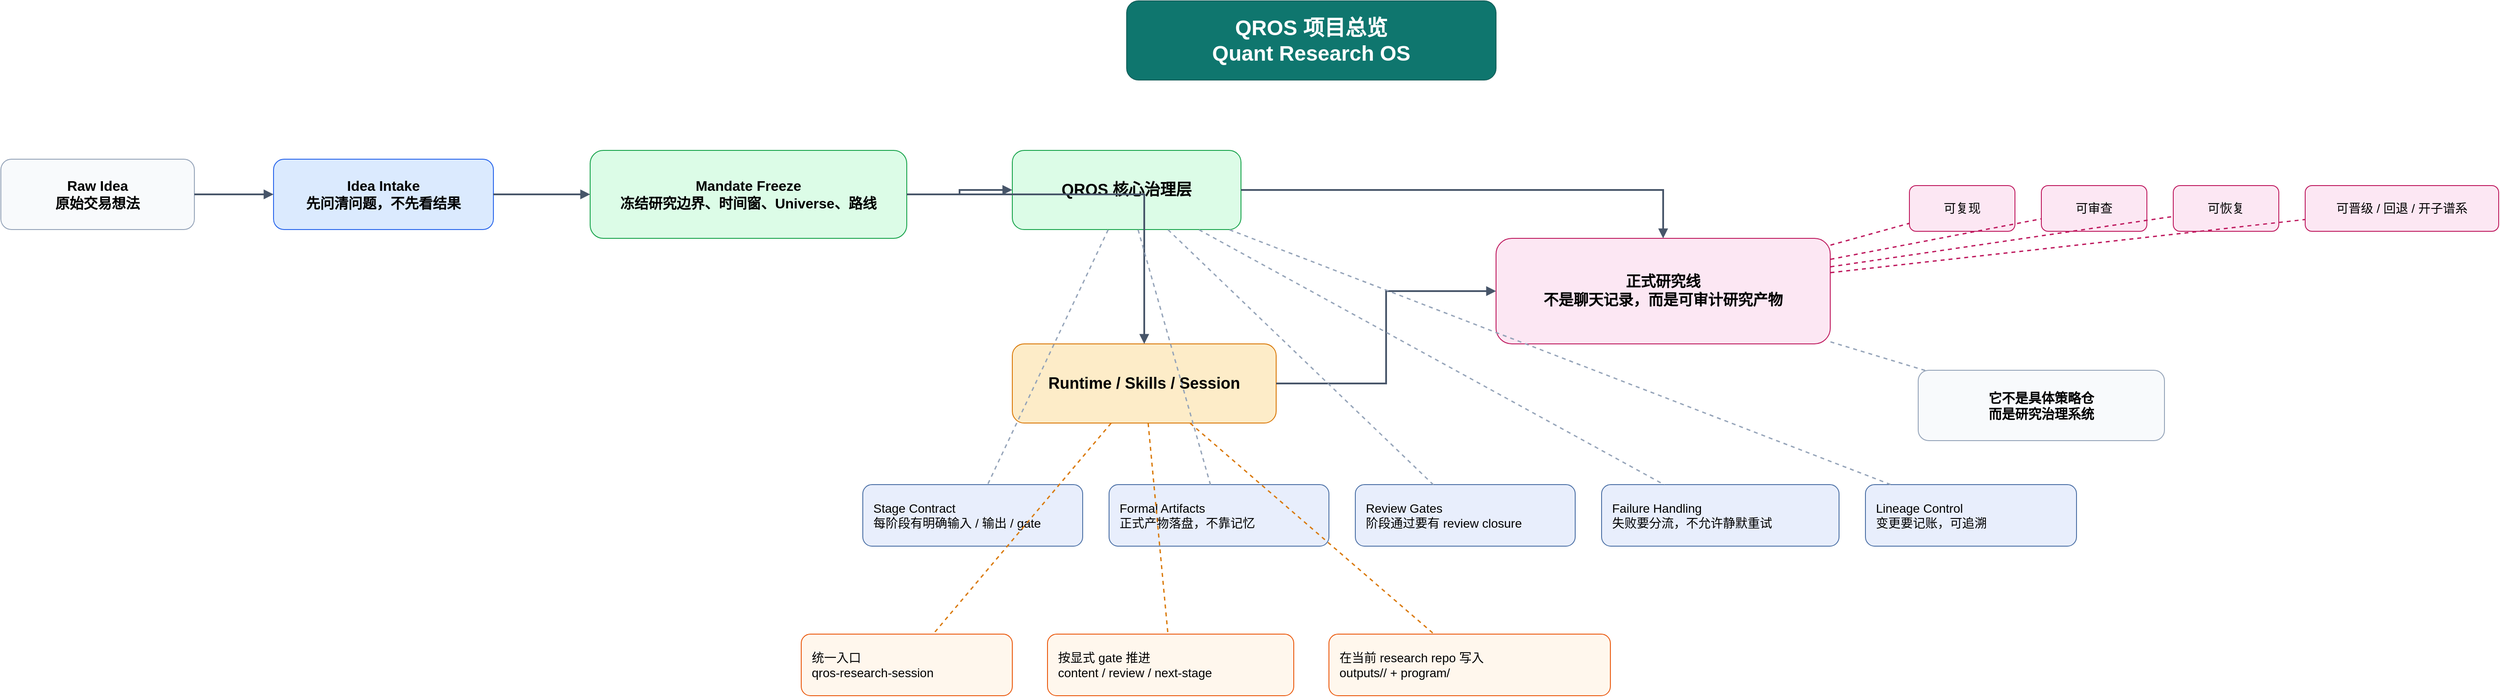
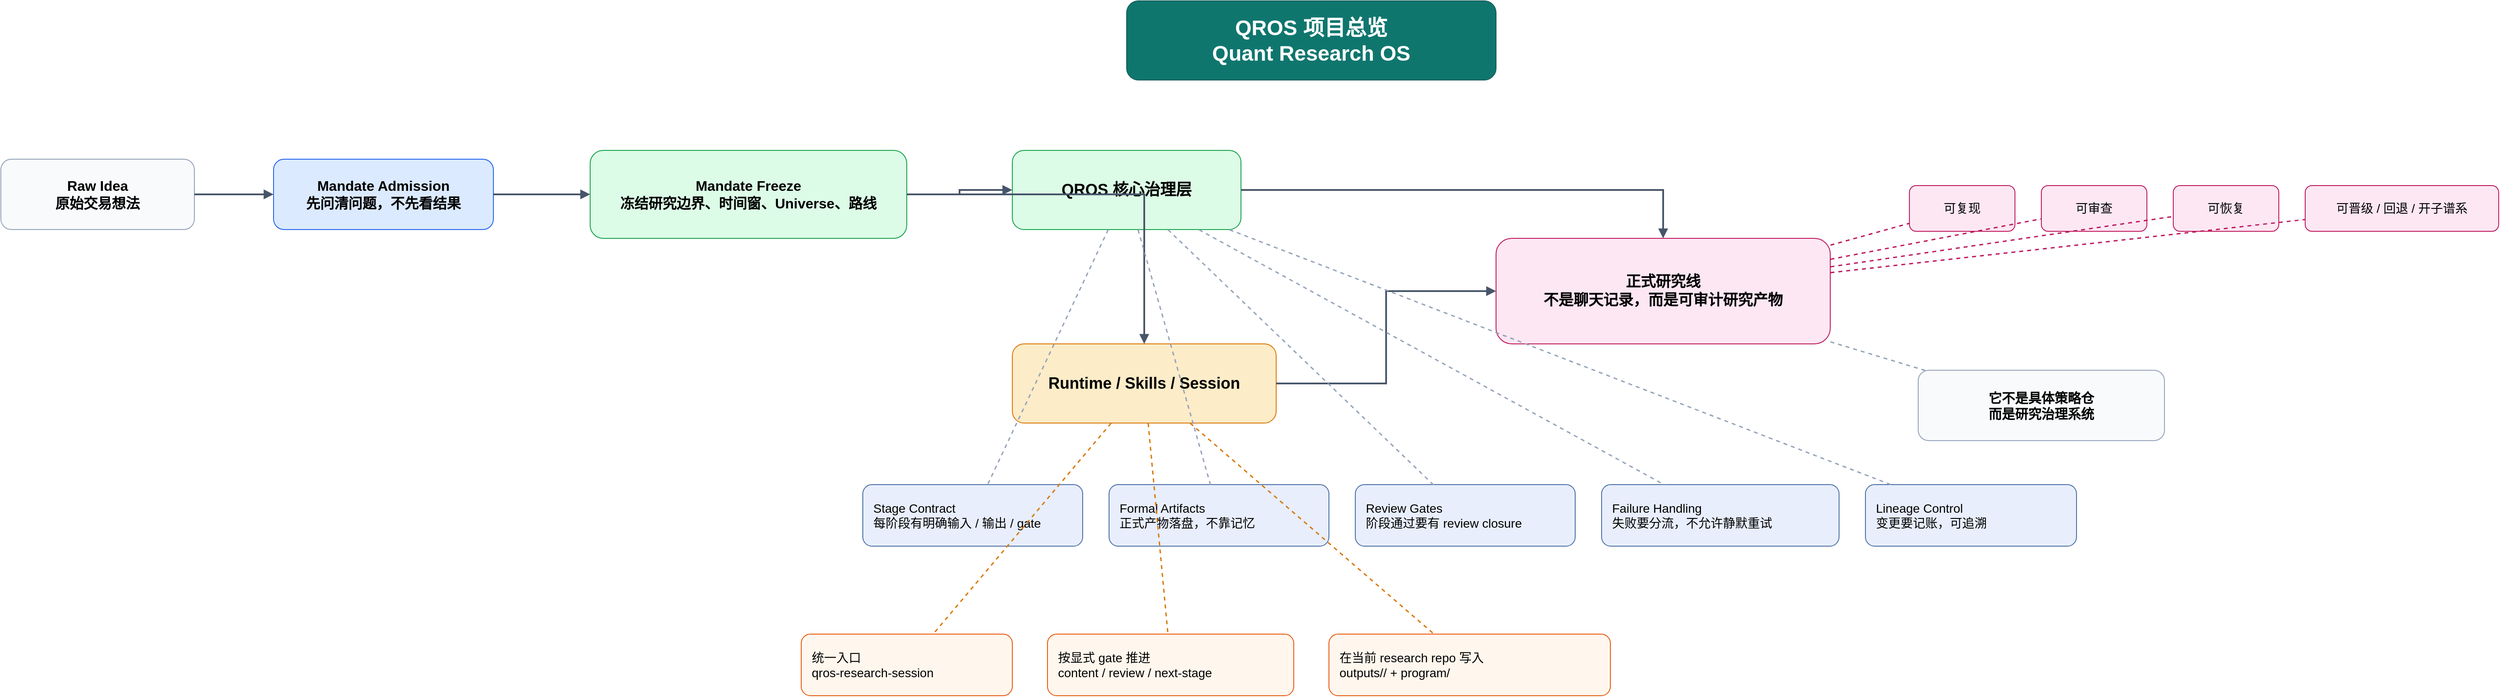
<mxfile host="65bd71144e">
    <diagram id="qros-overview" name="Overview">
        <mxGraphModel grid="1" page="1" gridSize="10" guides="1" tooltips="1" connect="1" arrows="1" fold="1" pageScale="1" pageWidth="3400" pageHeight="1800" math="0" post_holdout_observation="0">
            <root>
                <mxCell id="0"/>
                <mxCell id="1" parent="0"/>
                <mxCell id="2" value="QROS 项目总览&#xa;Quant Research OS" style="rounded=1;whiteSpace=wrap;html=1;fillColor=#0F766E;fontColor=#FFFFFF;strokeColor=#115E59;fontStyle=1;fontSize=24;" parent="1" vertex="1">
                    <mxGeometry x="1400" y="40" width="420" height="90" as="geometry"/>
                </mxCell>
                <mxCell id="3" value="Raw Idea&#xa;原始交易想法" style="rounded=1;whiteSpace=wrap;html=1;fillColor=#F8FAFC;strokeColor=#94A3B8;fontSize=16;fontStyle=1;" parent="1" vertex="1">
                    <mxGeometry x="120" y="220" width="220" height="80" as="geometry"/>
                </mxCell>
-                 <mxCell id="4" value="Idea Intake&#xa;先问清问题，不先看结果" style="rounded=1;whiteSpace=wrap;html=1;fillColor=#DBEAFE;strokeColor=#2563EB;fontSize=16;fontStyle=1;" parent="1" vertex="1">
+                 <mxCell id="4" value="Mandate Admission&#xa;先问清问题，不先看结果" style="rounded=1;whiteSpace=wrap;html=1;fillColor=#DBEAFE;strokeColor=#2563EB;fontSize=16;fontStyle=1;" parent="1" vertex="1">
                    <mxGeometry x="430" y="220" width="250" height="80" as="geometry"/>
                </mxCell>
                <mxCell id="5" value="Mandate Freeze&#xa;冻结研究边界、时间窗、Universe、路线" style="rounded=1;whiteSpace=wrap;html=1;fillColor=#DCFCE7;strokeColor=#16A34A;fontSize=16;fontStyle=1;" parent="1" vertex="1">
                    <mxGeometry x="790" y="210" width="360" height="100" as="geometry"/>
                </mxCell>
                <mxCell id="6" value="QROS 核心治理层" style="rounded=1;whiteSpace=wrap;html=1;fillColor=#DCFCE7;strokeColor=#16A34A;fontSize=18;fontStyle=1;" parent="1" vertex="1">
                    <mxGeometry x="1270" y="210" width="260" height="90" as="geometry"/>
                </mxCell>
                <mxCell id="7" value="Runtime / Skills / Session" style="rounded=1;whiteSpace=wrap;html=1;fillColor=#FDECC8;strokeColor=#D97706;fontSize=18;fontStyle=1;" parent="1" vertex="1">
                    <mxGeometry x="1270" y="430" width="300" height="90" as="geometry"/>
                </mxCell>
                <mxCell id="8" value="正式研究线&#xa;不是聊天记录，而是可审计研究产物" style="rounded=1;whiteSpace=wrap;html=1;fillColor=#FCE7F3;strokeColor=#BE185D;fontSize=17;fontStyle=1;" parent="1" vertex="1">
                    <mxGeometry x="1820" y="310" width="380" height="120" as="geometry"/>
                </mxCell>
                <mxCell id="9" value="Stage Contract&#xa;每阶段有明确输入 / 输出 / gate" style="rounded=1;whiteSpace=wrap;html=1;fillColor=#E8EEFC;strokeColor=#4A6FA5;fontSize=14;align=left;spacingLeft=10;" parent="1" vertex="1">
                    <mxGeometry x="1100" y="590" width="250" height="70" as="geometry"/>
                </mxCell>
                <mxCell id="10" value="Formal Artifacts&#xa;正式产物落盘，不靠记忆" style="rounded=1;whiteSpace=wrap;html=1;fillColor=#E8EEFC;strokeColor=#4A6FA5;fontSize=14;align=left;spacingLeft=10;" parent="1" vertex="1">
                    <mxGeometry x="1380" y="590" width="250" height="70" as="geometry"/>
                </mxCell>
                <mxCell id="11" value="Review Gates&#xa;阶段通过要有 review closure" style="rounded=1;whiteSpace=wrap;html=1;fillColor=#E8EEFC;strokeColor=#4A6FA5;fontSize=14;align=left;spacingLeft=10;" parent="1" vertex="1">
                    <mxGeometry x="1660" y="590" width="250" height="70" as="geometry"/>
                </mxCell>
                <mxCell id="12" value="Failure Handling&#xa;失败要分流，不允许静默重试" style="rounded=1;whiteSpace=wrap;html=1;fillColor=#E8EEFC;strokeColor=#4A6FA5;fontSize=14;align=left;spacingLeft=10;" parent="1" vertex="1">
                    <mxGeometry x="1940" y="590" width="270" height="70" as="geometry"/>
                </mxCell>
                <mxCell id="13" value="Lineage Control&#xa;变更要记账，可追溯" style="rounded=1;whiteSpace=wrap;html=1;fillColor=#E8EEFC;strokeColor=#4A6FA5;fontSize=14;align=left;spacingLeft=10;" parent="1" vertex="1">
                    <mxGeometry x="2240" y="590" width="240" height="70" as="geometry"/>
                </mxCell>
                <mxCell id="14" value="统一入口&#xa;qros-research-session" style="rounded=1;whiteSpace=wrap;html=1;fillColor=#FFF7ED;strokeColor=#EA580C;fontSize=14;align=left;spacingLeft=10;" parent="1" vertex="1">
                    <mxGeometry x="1030" y="760" width="240" height="70" as="geometry"/>
                </mxCell>
                <mxCell id="15" value="按显式 gate 推进&#xa;content / review / next-stage" style="rounded=1;whiteSpace=wrap;html=1;fillColor=#FFF7ED;strokeColor=#EA580C;fontSize=14;align=left;spacingLeft=10;" parent="1" vertex="1">
                    <mxGeometry x="1310" y="760" width="280" height="70" as="geometry"/>
                </mxCell>
                <mxCell id="16" value="在当前 research repo 写入&#xa;outputs/&lt;lineage_id&gt;/ + program/" style="rounded=1;whiteSpace=wrap;html=1;fillColor=#FFF7ED;strokeColor=#EA580C;fontSize=14;align=left;spacingLeft=10;" parent="1" vertex="1">
                    <mxGeometry x="1630" y="760" width="320" height="70" as="geometry"/>
                </mxCell>
                <mxCell id="17" value="可复现" style="rounded=1;whiteSpace=wrap;html=1;fillColor=#FCE7F3;strokeColor=#BE185D;fontSize=14;" parent="1" vertex="1">
                    <mxGeometry x="2290" y="250" width="120" height="52" as="geometry"/>
                </mxCell>
                <mxCell id="18" value="可审查" style="rounded=1;whiteSpace=wrap;html=1;fillColor=#FCE7F3;strokeColor=#BE185D;fontSize=14;" parent="1" vertex="1">
                    <mxGeometry x="2440" y="250" width="120" height="52" as="geometry"/>
                </mxCell>
                <mxCell id="19" value="可恢复" style="rounded=1;whiteSpace=wrap;html=1;fillColor=#FCE7F3;strokeColor=#BE185D;fontSize=14;" parent="1" vertex="1">
                    <mxGeometry x="2590" y="250" width="120" height="52" as="geometry"/>
                </mxCell>
                <mxCell id="20" value="可晋级 / 回退 / 开子谱系" style="rounded=1;whiteSpace=wrap;html=1;fillColor=#FCE7F3;strokeColor=#BE185D;fontSize=14;" parent="1" vertex="1">
                    <mxGeometry x="2740" y="250" width="220" height="52" as="geometry"/>
                </mxCell>
                <mxCell id="21" value="它不是具体策略仓&#xa;而是研究治理系统" style="rounded=1;whiteSpace=wrap;html=1;fillColor=#F8FAFC;strokeColor=#94A3B8;fontSize=15;fontStyle=1;" parent="1" vertex="1">
                    <mxGeometry x="2300" y="460" width="280" height="80" as="geometry"/>
                </mxCell>
                <mxCell id="22" style="edgeStyle=orthogonalEdgeStyle;rounded=0;orthogonalLoop=1;jettySize=auto;html=1;strokeWidth=2;endArrow=block;endFill=1;strokeColor=#475569;" parent="1" source="3" target="4" edge="1">
                    <mxGeometry relative="1" as="geometry"/>
                </mxCell>
                <mxCell id="23" style="edgeStyle=orthogonalEdgeStyle;rounded=0;orthogonalLoop=1;jettySize=auto;html=1;strokeWidth=2;endArrow=block;endFill=1;strokeColor=#475569;" parent="1" source="4" target="5" edge="1">
                    <mxGeometry relative="1" as="geometry"/>
                </mxCell>
                <mxCell id="24" style="edgeStyle=orthogonalEdgeStyle;rounded=0;orthogonalLoop=1;jettySize=auto;html=1;strokeWidth=2;endArrow=block;endFill=1;strokeColor=#475569;" parent="1" source="5" target="6" edge="1">
                    <mxGeometry relative="1" as="geometry"/>
                </mxCell>
                <mxCell id="25" style="edgeStyle=orthogonalEdgeStyle;rounded=0;orthogonalLoop=1;jettySize=auto;html=1;strokeWidth=2;endArrow=block;endFill=1;strokeColor=#475569;" parent="1" source="5" target="7" edge="1">
                    <mxGeometry relative="1" as="geometry"/>
                </mxCell>
                <mxCell id="26" style="edgeStyle=orthogonalEdgeStyle;rounded=0;orthogonalLoop=1;jettySize=auto;html=1;strokeWidth=2;endArrow=block;endFill=1;strokeColor=#475569;" parent="1" source="6" target="8" edge="1">
                    <mxGeometry relative="1" as="geometry"/>
                </mxCell>
                <mxCell id="27" style="edgeStyle=orthogonalEdgeStyle;rounded=0;orthogonalLoop=1;jettySize=auto;html=1;strokeWidth=2;endArrow=block;endFill=1;strokeColor=#475569;" parent="1" source="7" target="8" edge="1">
                    <mxGeometry relative="1" as="geometry"/>
                </mxCell>
                <mxCell id="28" style="dashed=1;html=1;strokeWidth=1.5;endArrow=none;strokeColor=#94A3B8;" parent="1" source="6" target="9" edge="1">
                    <mxGeometry relative="1" as="geometry"/>
                </mxCell>
                <mxCell id="29" style="dashed=1;html=1;strokeWidth=1.5;endArrow=none;strokeColor=#94A3B8;" parent="1" source="6" target="10" edge="1">
                    <mxGeometry relative="1" as="geometry"/>
                </mxCell>
                <mxCell id="30" style="dashed=1;html=1;strokeWidth=1.5;endArrow=none;strokeColor=#94A3B8;" parent="1" source="6" target="11" edge="1">
                    <mxGeometry relative="1" as="geometry"/>
                </mxCell>
                <mxCell id="31" style="dashed=1;html=1;strokeWidth=1.5;endArrow=none;strokeColor=#94A3B8;" parent="1" source="6" target="12" edge="1">
                    <mxGeometry relative="1" as="geometry"/>
                </mxCell>
                <mxCell id="32" style="dashed=1;html=1;strokeWidth=1.5;endArrow=none;strokeColor=#94A3B8;" parent="1" source="6" target="13" edge="1">
                    <mxGeometry relative="1" as="geometry"/>
                </mxCell>
                <mxCell id="33" style="dashed=1;html=1;strokeWidth=1.5;endArrow=none;strokeColor=#D97706;" parent="1" source="7" target="14" edge="1">
                    <mxGeometry relative="1" as="geometry"/>
                </mxCell>
                <mxCell id="34" style="dashed=1;html=1;strokeWidth=1.5;endArrow=none;strokeColor=#D97706;" parent="1" source="7" target="15" edge="1">
                    <mxGeometry relative="1" as="geometry"/>
                </mxCell>
                <mxCell id="35" style="dashed=1;html=1;strokeWidth=1.5;endArrow=none;strokeColor=#D97706;" parent="1" source="7" target="16" edge="1">
                    <mxGeometry relative="1" as="geometry"/>
                </mxCell>
                <mxCell id="36" style="dashed=1;html=1;strokeWidth=1.5;endArrow=none;strokeColor=#BE185D;" parent="1" source="8" target="17" edge="1">
                    <mxGeometry relative="1" as="geometry"/>
                </mxCell>
                <mxCell id="37" style="dashed=1;html=1;strokeWidth=1.5;endArrow=none;strokeColor=#BE185D;" parent="1" source="8" target="18" edge="1">
                    <mxGeometry relative="1" as="geometry"/>
                </mxCell>
                <mxCell id="38" style="dashed=1;html=1;strokeWidth=1.5;endArrow=none;strokeColor=#BE185D;" parent="1" source="8" target="19" edge="1">
                    <mxGeometry relative="1" as="geometry"/>
                </mxCell>
                <mxCell id="39" style="dashed=1;html=1;strokeWidth=1.5;endArrow=none;strokeColor=#BE185D;" parent="1" source="8" target="20" edge="1">
                    <mxGeometry relative="1" as="geometry"/>
                </mxCell>
                <mxCell id="40" style="dashed=1;html=1;strokeWidth=1.5;endArrow=none;strokeColor=#94A3B8;" parent="1" source="8" target="21" edge="1">
                    <mxGeometry relative="1" as="geometry"/>
                </mxCell>
            </root>
        </mxGraphModel>
    </diagram>
    <diagram id="qros-flow" name="Flow">
        <mxGraphModel dx="1321" dy="357" grid="1" gridSize="10" guides="1" tooltips="1" connect="1" arrows="1" fold="1" page="1" pageScale="1" pageWidth="4000" pageHeight="1800" math="0" post_holdout_observation="0">
            <root>
                <mxCell id="0"/>
                <mxCell id="1" parent="0"/>
                <mxCell id="2" value="QROS 当前已落地主流程 + CSF 示例图&#xa;Current Runtime Boundary And CSF Example" style="rounded=1;whiteSpace=wrap;html=1;fillColor=#0F766E;fontColor=#FFFFFF;strokeColor=#115E59;fontStyle=1;fontSize=24;" parent="1" vertex="1">
                    <mxGeometry x="1550" y="40" width="470" height="90" as="geometry"/>
                </mxCell>
-                 <mxCell id="44" value="Idea Intake 案例提问区（示例）&#xa;先问清问题，再决定能不能进入 mandate" style="rounded=1;whiteSpace=wrap;html=1;fillColor=#DBEAFE;strokeColor=#2563EB;fontSize=16;fontStyle=1;" parent="1" vertex="1">
+                 <mxCell id="44" value="Mandate Admission 案例提问区（示例）&#xa;先问清问题，再决定能不能进入 mandate" style="rounded=1;whiteSpace=wrap;html=1;fillColor=#DBEAFE;strokeColor=#2563EB;fontSize=16;fontStyle=1;" parent="1" vertex="1">
                    <mxGeometry x="40" y="150" width="520" height="78" as="geometry"/>
                </mxCell>
                <mxCell id="45" value="1. recommended_route: cross_sectional_factor&#xa;为什么问：先冻结研究语义，决定 mandate 之后进入哪条 stage contract" style="rounded=1;whiteSpace=wrap;html=1;fillColor=#FEF3C7;strokeColor=#D97706;fontSize=13;align=left;spacingLeft=10;" parent="1" vertex="1">
                    <mxGeometry x="40" y="250" width="520" height="84" as="geometry"/>
                </mxCell>
                <mxCell id="46" value="2. market / data_source / bar_size&#xa;market: binance futures_um&#xa;data_source: /Users/mac08/workspace/coin-data/binance/futures_um&#xa;bar_size: 1m&#xa;为什么问：先固定数据口径、时间粒度和可研究样本基座" style="rounded=1;whiteSpace=wrap;html=1;fillColor=#FEF3C7;strokeColor=#D97706;fontSize=12;align=left;spacingLeft=10;" parent="1" vertex="1">
                    <mxGeometry x="40" y="354" width="520" height="118" as="geometry"/>
                </mxCell>
                <mxCell id="47" value="3. universe&#xa;事件时点在 1m 面板中有有效 bar 的全部非 BTC 符号&#xa;BTCUSDT 只作为事件锚&#xa;为什么问：保证候选集机械化定义，避免事后挑币" style="rounded=1;whiteSpace=wrap;html=1;fillColor=#FEF3C7;strokeColor=#D97706;fontSize=13;align=left;spacingLeft=10;" parent="1" vertex="1">
                    <mxGeometry x="40" y="492" width="520" height="102" as="geometry"/>
                </mxCell>
                <mxCell id="48" value="4. target_task&#xa;BTCUSDT 出现 1m downside shock 后&#xa;下一根 1m K 开始做空横截面最脆弱 ALT&#xa;持有 3m-5m&#xa;为什么问：先定义 target_task 的时间语义和 horizon 范围，避免把不同研究问题混成一个" style="rounded=1;whiteSpace=wrap;html=1;fillColor=#FEF3C7;strokeColor=#D97706;fontSize=12;align=left;spacingLeft=10;" parent="1" vertex="1">
                    <mxGeometry x="40" y="614" width="520" height="116" as="geometry"/>
                </mxCell>
                <mxCell id="49" value="5. hypothesis pair&#xa;primary: BTC shock 会暴露可排序的 ALT 脆弱度因子&#xa;counter: 后续弱势只是共同 beta，同步释放后无横截面 alpha&#xa;为什么问：防止只讲单边故事，明确真正要证伪什么" style="rounded=1;whiteSpace=wrap;html=1;fillColor=#FEF3C7;strokeColor=#D97706;fontSize=12;align=left;spacingLeft=10;" parent="1" vertex="1">
                    <mxGeometry x="40" y="750" width="520" height="116" as="geometry"/>
                </mxCell>
                <mxCell id="50" value="6. kill_criteria&#xa;事件定义若不能实时化、排序若依赖未来信息、universe 若不能机械化、若只能解释成共同 beta&#xa;为什么问：先写清哪些前提不成立就不应继续进入 mandate；这不是结果止损，而是研究资格止损" style="rounded=1;whiteSpace=wrap;html=1;fillColor=#FEF3C7;strokeColor=#D97706;fontSize=12;align=left;spacingLeft=10;" parent="1" vertex="1">
                    <mxGeometry x="40" y="886" width="520" height="106" as="geometry"/>
                </mxCell>
-                 <mxCell id="51" value="这些问题被问清后&#xa;才可能通过 intake gate 并进入 mandate_confirmation_pending" style="rounded=1;whiteSpace=wrap;html=1;fillColor=#F8FAFC;strokeColor=#94A3B8;fontSize=14;fontStyle=1;" parent="1" vertex="1">
+                 <mxCell id="51" value="这些问题被问清后&#xa;才可能通过 admission 并进入 mandate_freeze_confirmation_pending" style="rounded=1;whiteSpace=wrap;html=1;fillColor=#F8FAFC;strokeColor=#94A3B8;fontSize=14;fontStyle=1;" parent="1" vertex="1">
                    <mxGeometry x="160" y="1020" width="280" height="72" as="geometry"/>
                </mxCell>
-                 <mxCell id="3" value="00 idea_intake&#xa;判断这个想法值不值得正式研究" style="rounded=1;whiteSpace=wrap;html=1;fillColor=#DCFCE7;strokeColor=#16A34A;fontSize=16;fontStyle=1;" parent="1" vertex="1">
+                 <mxCell id="3" value="mandate_admission&#xa;判断是否进入正式 mandate" style="rounded=1;whiteSpace=wrap;html=1;fillColor=#DCFCE7;strokeColor=#16A34A;fontSize=16;fontStyle=1;" parent="1" vertex="1">
                    <mxGeometry x="630" y="280" width="280" height="90" as="geometry"/>
                </mxCell>
-                 <mxCell id="4" value="mandate_confirmation_pending&#xa;intake 已通过，等待显式 mandate freeze 授权" style="rounded=1;whiteSpace=wrap;html=1;fillColor=#DBEAFE;strokeColor=#2563EB;fontSize=15;fontStyle=1;" parent="1" vertex="1">
+                 <mxCell id="4" value="mandate_freeze_confirmation_pending&#xa;admission 已通过，等待显式 mandate freeze 授权" style="rounded=1;whiteSpace=wrap;html=1;fillColor=#DBEAFE;strokeColor=#2563EB;fontSize=15;fontStyle=1;" parent="1" vertex="1">
                    <mxGeometry x="980" y="270" width="320" height="110" as="geometry"/>
                </mxCell>
                <mxCell id="55" value="research_intent&lt;br&gt;scope_contract&lt;br&gt;data_contract&lt;br&gt;execution_contract" style="rounded=1;whiteSpace=wrap;html=1;fillColor=#F8FAFC;strokeColor=#94A3B8;fontSize=13;align=left;spacingLeft=10;" parent="1" vertex="1">
                    <mxGeometry x="990" y="430" width="300" height="116" as="geometry"/>
                </mxCell>
                <mxCell id="59" value="research_intent&#xa;先冻结研究主问题、对立解释、route、CSF 身份&#xa;以及 success / failure criteria" style="rounded=1;whiteSpace=wrap;html=1;fillColor=#F8FAFC;strokeColor=#94A3B8;fontSize=12;align=left;spacingLeft=10;" parent="1" vertex="1">
                    <mxGeometry x="930" y="570" width="300" height="96" as="geometry"/>
                </mxCell>
                <mxCell id="60" value="scope_contract&#xa;market（在哪个市场研究）&#xa;universe（哪些标的算候选集）&#xa;target_task（到底在研究什么任务）&#xa;excluded_scope（哪些明确不做）&#xa;budget_days / max_iterations（最多花几天、允许试几轮）" style="rounded=1;whiteSpace=wrap;html=1;fillColor=#F8FAFC;strokeColor=#94A3B8;fontSize=10;align=left;spacingLeft=10;" parent="1" vertex="1">
                    <mxGeometry x="1260" y="570" width="300" height="124" as="geometry"/>
                </mxCell>
                <mxCell id="61" value="data_contract&#xa;data_source（数据从哪里来）&#xa;bar_size（基础时间粒度是什么）&#xa;holding_horizons（评估哪些持有窗口）&#xa;timestamp_semantics（何时确认事件、何时打分、何时入场）&#xa;no_lookahead_guardrail（只能使用事件时点可见信息）" style="rounded=1;whiteSpace=wrap;html=1;fillColor=#F8FAFC;strokeColor=#94A3B8;fontSize=10;align=left;spacingLeft=10;" parent="1" vertex="1">
                    <mxGeometry x="930" y="700" width="300" height="112" as="geometry"/>
                </mxCell>
                <mxCell id="62" value="execution_contract&#xa;time_split（train / test / backtest / holdout 怎么切）&#xa;参数边界（哪些参数允许调、范围到哪里）&#xa;artifact contract（每个阶段必须交哪些正式产物）&#xa;capacity / crowding benchmark（后面按什么口径审计容量和拥挤）&#xa;实现栈（用什么运行配置和实现方式落地）" style="rounded=1;whiteSpace=wrap;html=1;fillColor=#F8FAFC;strokeColor=#94A3B8;fontSize=10;align=left;spacingLeft=10;" parent="1" vertex="1">
                    <mxGeometry x="1260" y="700" width="300" height="116" as="geometry"/>
                </mxCell>
-                 <mxCell id="56" value="00 mandate&#xa;把想法冻结成正式研究合同" style="rounded=1;whiteSpace=wrap;html=1;fillColor=#DCFCE7;strokeColor=#16A34A;fontSize=16;fontStyle=1;" parent="1" vertex="1">
+                 <mxCell id="56" value="01_mandate&#xa;把想法冻结成正式研究合同" style="rounded=1;whiteSpace=wrap;html=1;fillColor=#DCFCE7;strokeColor=#16A34A;fontSize=16;fontStyle=1;" parent="1" vertex="1">
                    <mxGeometry x="1370" y="280" width="270" height="90" as="geometry"/>
                </mxCell>
                <mxCell id="5" value="research_route" style="rhombus;whiteSpace=wrap;html=1;fillColor=#FED7AA;strokeColor=#EA580C;fontSize=15;fontStyle=1;" parent="1" vertex="1">
                    <mxGeometry x="1720" y="270" width="180" height="110" as="geometry"/>
                </mxCell>
                <mxCell id="52" value="本案例推荐 route（示例）&#xa;cross_sectional_factor" style="rounded=1;whiteSpace=wrap;html=1;fillColor=#EDE9FE;strokeColor=#7C3AED;fontSize=14;fontStyle=1;" parent="1" vertex="1">
                    <mxGeometry x="1650" y="430" width="250" height="72" as="geometry"/>
                </mxCell>
                <mxCell id="6" value="02_tss_data_ready" style="rounded=1;whiteSpace=wrap;html=1;fillColor=#DBEAFE;strokeColor=#2563EB;fontSize=15;fontStyle=1;" parent="1" vertex="1">
                    <mxGeometry x="2040" y="150" width="190" height="70" as="geometry"/>
                </mxCell>
                <mxCell id="7" value="03_tss_signal_ready" style="rounded=1;whiteSpace=wrap;html=1;fillColor=#DBEAFE;strokeColor=#2563EB;fontSize=15;fontStyle=1;" parent="1" vertex="1">
                    <mxGeometry x="2290" y="150" width="200" height="70" as="geometry"/>
                </mxCell>
                <mxCell id="8" value="04_tss_train_freeze" style="rounded=1;whiteSpace=wrap;html=1;fillColor=#DBEAFE;strokeColor=#2563EB;fontSize=15;fontStyle=1;" parent="1" vertex="1">
                    <mxGeometry x="2550" y="150" width="200" height="70" as="geometry"/>
                </mxCell>
                <mxCell id="9" value="05_tss_test_evidence" style="rounded=1;whiteSpace=wrap;html=1;fillColor=#DBEAFE;strokeColor=#2563EB;fontSize=15;fontStyle=1;" parent="1" vertex="1">
                    <mxGeometry x="2810" y="150" width="210" height="70" as="geometry"/>
                </mxCell>
                <mxCell id="10" value="06_tss_backtest_ready" style="rounded=1;whiteSpace=wrap;html=1;fillColor=#DBEAFE;strokeColor=#2563EB;fontSize=15;fontStyle=1;" parent="1" vertex="1">
                    <mxGeometry x="3080" y="150" width="220" height="70" as="geometry"/>
                </mxCell>
                <mxCell id="11" value="07_tss_holdout_validation" style="rounded=1;whiteSpace=wrap;html=1;fillColor=#DBEAFE;strokeColor=#2563EB;fontSize=15;fontStyle=1;" parent="1" vertex="1">
                    <mxGeometry x="3360" y="150" width="240" height="70" as="geometry"/>
                </mxCell>
                <mxCell id="12" value="02_csf_data_ready" style="rounded=1;whiteSpace=wrap;html=1;fillColor=#EDE9FE;strokeColor=#7C3AED;fontSize=15;fontStyle=1;" parent="1" vertex="1">
                    <mxGeometry x="2040" y="470" width="210" height="70" as="geometry"/>
                </mxCell>
                <mxCell id="13" value="03_csf_signal_ready" style="rounded=1;whiteSpace=wrap;html=1;fillColor=#EDE9FE;strokeColor=#7C3AED;fontSize=15;fontStyle=1;" parent="1" vertex="1">
                    <mxGeometry x="2300" y="470" width="220" height="70" as="geometry"/>
                </mxCell>
                <mxCell id="14" value="04_csf_train_freeze" style="rounded=1;whiteSpace=wrap;html=1;fillColor=#EDE9FE;strokeColor=#7C3AED;fontSize=15;fontStyle=1;" parent="1" vertex="1">
                    <mxGeometry x="2580" y="470" width="220" height="70" as="geometry"/>
                </mxCell>
                <mxCell id="15" value="05_csf_test_evidence" style="rounded=1;whiteSpace=wrap;html=1;fillColor=#EDE9FE;strokeColor=#7C3AED;fontSize=15;fontStyle=1;" parent="1" vertex="1">
                    <mxGeometry x="2860" y="470" width="230" height="70" as="geometry"/>
                </mxCell>
                <mxCell id="16" value="06_csf_backtest_ready" style="rounded=1;whiteSpace=wrap;html=1;fillColor=#EDE9FE;strokeColor=#7C3AED;fontSize=15;fontStyle=1;" parent="1" vertex="1">
                    <mxGeometry x="3150" y="470" width="240" height="70" as="geometry"/>
                </mxCell>
                <mxCell id="17" value="07_csf_holdout_validation" style="rounded=1;whiteSpace=wrap;html=1;fillColor=#EDE9FE;strokeColor=#7C3AED;fontSize=15;fontStyle=1;" parent="1" vertex="1">
                    <mxGeometry x="3450" y="470" width="260" height="70" as="geometry"/>
                </mxCell>
                <mxCell id="199" value="&lt;b&gt;02_csf_data_ready 在做什么&lt;/b&gt;&lt;br&gt;它在搭横截面研究底座，不是在写因子。&lt;br&gt;panel key（把主表固定成 date + asset；后续 factor / label / return 都挂在这层）&lt;br&gt;universe membership（把每个时点哪些 symbol 在宇宙里单独物化，后续必须可重建）&lt;br&gt;eligibility base mask（把缺 bar、未上市、不可交易等基础准入条件独立成 mask）&lt;br&gt;shared feature base（先对齐 OHLCV、return、liquidity 等共享字段，供后续因子复用）&lt;br&gt;coverage / missing semantics（区分缺失、坏值、stale、未上市，不能静默吞掉）&lt;br&gt;group taxonomy（若做 group_neutral，先冻结行业 / 板块 / 风格分组映射）&lt;br&gt;formal outputs（panel_manifest、universe_membership、eligibility_mask、coverage_report、shared_feature_base）&lt;br&gt;&lt;br&gt;不是正式因子定义，不做 IC / 分层 / train 统计，不把 eligibility 藏进下游代码" style="rounded=1;whiteSpace=wrap;html=1;fillColor=#F5F3FF;strokeColor=#7C3AED;fontSize=11;align=left;spacingLeft=10;" parent="1" vertex="1">
                    <mxGeometry x="1960" y="570" width="560" height="230" as="geometry"/>
                </mxCell>
                <mxCell id="201" value="&lt;b&gt;03_csf_signal_ready 在做什么&lt;/b&gt;&lt;br&gt;它在把横截面研究语义冻结成正式因子合同，不是在训练。&lt;br&gt;factor identity（冻结 factor_id、factor_version、factor_direction，说明这条因子是谁、方向是什么）&lt;br&gt;panel contract（把因子主表固定成 date + asset，并冻结 as_of_semantics，保证同一时点不同资产可横向比较）&lt;br&gt;factor expression（冻结 raw_factor_fields、derived_factor_fields、final_score_field，说明 score 怎么算出来）&lt;br&gt;coverage / eligibility semantics（把 coverage、missing、eligibility 传递规则写清，不能混进下游训练）&lt;br&gt;context contract（若做多因子、组内排序或 group_neutral，冻结组合公式和 group context）&lt;br&gt;formal outputs（factor_panel、factor_manifest、factor_coverage_report、factor_contract、field_dictionary）&lt;br&gt;&lt;br&gt;不是 train 阶段，不学权重，不看 test/backtest 回写 signal" style="rounded=1;whiteSpace=wrap;html=1;fillColor=#F5F3FF;strokeColor=#7C3AED;fontSize=11;align=left;spacingLeft=10;" parent="1" vertex="1">
                    <mxGeometry x="2550" y="570" width="560" height="230" as="geometry"/>
                </mxCell>
                <mxCell id="203" value="&lt;b&gt;05_csf_test_evidence 在做什么&lt;/b&gt;&lt;br&gt;它在验证冻结后的截面排序能力，或 filter / combo 条件改善能力，是否在独立样本里仍然成立。&lt;br&gt;reuse frozen train rules（只复用 train 已冻结的 preprocess、neutralization、bucket、rebalance 规则）&lt;br&gt;independent-sample evidence（standalone_alpha 看 Rank IC、bucket spread、monotonicity、breadth、subperiod stability；filter / combo 看 gated vs ungated 改善）&lt;br&gt;admissible set（冻结 test white list / admissible variants，而不是现场选冠军）&lt;br&gt;full test ledger（保留全量 variant 证据，不只留下通过者）&lt;br&gt;formal outputs（csf_test_gate_table、selected_variants_test、rank_ic 或 gated compare 证据）&lt;br&gt;&lt;br&gt;不重估 train 尺子，不新增未冻结 variant，不看 backtest 再回写 test 结论" style="rounded=1;whiteSpace=wrap;html=1;fillColor=#F5F3FF;strokeColor=#7C3AED;fontSize=10;align=left;spacingLeft=10;" parent="1" vertex="1">
                    <mxGeometry x="1960" y="860" width="540" height="250" as="geometry"/>
                </mxCell>
                <mxCell id="204" value="&lt;b&gt;06_csf_backtest_ready 在做什么&lt;/b&gt;&lt;br&gt;它在把冻结后的因子分数映射成正式组合，并验证净成本后的经济可行性。&lt;br&gt;portfolio expression（冻结独立组合表达或 target strategy filter / overlay 的正式消费方式）&lt;br&gt;weight mapping rule（把 score 如何映射成选股、权重、再平衡和执行 lag 机器可读冻结）&lt;br&gt;cost / capacity contract（冻结成本模型、换手预算、容量和参与率分析口径）&lt;br&gt;portfolio feasibility evidence（看成本后收益、drawdown、集中度、name-level metrics）&lt;br&gt;formal outputs（portfolio_contract、weight_panel、rebalance_ledger、capacity_report、portfolio_summary）&lt;br&gt;&lt;br&gt;不在 backtest 重新挑 variant，不改 long/short cut 或权重规则，不只报 gross 不报净成本" style="rounded=1;whiteSpace=wrap;html=1;fillColor=#F5F3FF;strokeColor=#7C3AED;fontSize=10;align=left;spacingLeft=10;" parent="1" vertex="1">
                    <mxGeometry x="2550" y="860" width="540" height="250" as="geometry"/>
                </mxCell>
                <mxCell id="205" value="&lt;b&gt;07_csf_holdout_validation 在做什么&lt;/b&gt;&lt;br&gt;它在验证最终冻结方案，在最后完全未参与设计的窗口里是否仍然没有翻向或塌陷。&lt;br&gt;reuse frozen plan（只复用 test / backtest 冻结方案，不再重估任何上游尺子）&lt;br&gt;holdout vs prior compare（比较 holdout 与 test / backtest 的因子和组合表现）&lt;br&gt;stability audit（检查 rolling holdout stability、breadth / coverage 是否塌陷）&lt;br&gt;regime shift audit（当分布漂移明显时，显式审计是 regime 变化还是机制断裂）&lt;br&gt;formal outputs（holdout diagnostics、test compare、portfolio compare、regime_shift_audit）&lt;br&gt;&lt;br&gt;不在 holdout 调参，不改 bucket cut / neutralization / weight mapping，不把 holdout 并回 test 或 backtest" style="rounded=1;whiteSpace=wrap;html=1;fillColor=#F5F3FF;strokeColor=#7C3AED;fontSize=10;align=left;spacingLeft=10;" parent="1" vertex="1">
                    <mxGeometry x="3140" y="860" width="540" height="250" as="geometry"/>
                </mxCell>
                <mxCell id="18" value="当前单入口编排&#xa;到 holdout_validation review closure + 最终 handoff" style="rounded=1;whiteSpace=wrap;html=1;fillColor=#FDECC8;strokeColor=#D97706;fontSize=16;fontStyle=1;" parent="1" vertex="1">
                    <mxGeometry x="3680" y="290" width="240" height="80" as="geometry"/>
                </mxCell>
                <mxCell id="19" value="当前终态&#xa;holdout_validation_review_complete" style="rounded=1;whiteSpace=wrap;html=1;fillColor=#E2E8F0;strokeColor=#64748B;fontSize=16;fontStyle=1;" parent="1" vertex="1">
                    <mxGeometry x="3680" y="410" width="230" height="80" as="geometry"/>
                </mxCell>
                <mxCell id="20" value="SOP 已定义&#xa;未纳入当前 qros-research-session" style="rounded=1;whiteSpace=wrap;html=1;fillColor=#E2E8F0;strokeColor=#64748B;fontSize=16;fontStyle=1;" parent="1" vertex="1">
                    <mxGeometry x="3680" y="530" width="240" height="80" as="geometry"/>
                </mxCell>
                <mxCell id="209" value="&lt;b&gt;为什么这里不再作为当前主线&lt;/b&gt;&lt;br&gt;当前 qros-research-session first-wave 会推进到 holdout_validation review closure，随后进入 holdout_validation_next_stage_confirmation_pending，并在最终 CONFIRM_NEXT_STAGE 后进入 holdout_validation_review_complete。&lt;br&gt;也就是说，runtime 在当前版本不会从这个终态继续推进到 07+ 后续治理阶段。&lt;br&gt;&lt;br&gt;因此右侧这块应被理解为 roadmap / governance blueprint，而不是当前已落地的单入口编排路径。" style="rounded=1;whiteSpace=wrap;html=1;fillColor=#F8FAFC;strokeColor=#94A3B8;fontSize=10;align=left;spacingLeft=10;" parent="1" vertex="1">
                    <mxGeometry x="3700" y="660" width="280" height="190" as="geometry"/>
                </mxCell>
                <mxCell id="210" value="&lt;b&gt;当前不再保留后续治理阶段&lt;/b&gt;&lt;br&gt;当前项目的单入口终态是 holdout_validation_review_complete；它来自 holdout_validation review closure 之后的最终 next-stage confirm。&lt;br&gt;如果未来重新引入新阶段，必须以完整 contract / runtime / docs / tests 重新接入。&lt;br&gt;&lt;br&gt;不要把右侧区域理解成现存的产品能力。" style="rounded=1;whiteSpace=wrap;html=1;fillColor=#F8FAFC;strokeColor=#94A3B8;fontSize=10;align=left;spacingLeft=10;" parent="1" vertex="1">
                    <mxGeometry x="3700" y="880" width="280" height="205" as="geometry"/>
                </mxCell>
                <mxCell id="211" value="&lt;b&gt;当前图里的阅读方式&lt;/b&gt;&lt;br&gt;左侧案例块是 CSF 示例，不代表系统默认只推荐这条 route。&lt;br&gt;中间两条链路表示当前已落地、可由 qros-research-session 编排的 first-wave 研究主线。&lt;br&gt;右侧灰色区域表示未来治理阶段，已在 SOP 定义，但不应被当成今天已经接入的 runtime 事实。" style="rounded=1;whiteSpace=wrap;html=1;fillColor=#F8FAFC;strokeColor=#94A3B8;fontSize=10;align=left;spacingLeft=10;" parent="1" vertex="1">
                    <mxGeometry x="3700" y="1115" width="280" height="205" as="geometry"/>
                </mxCell>
                <mxCell id="67" value="research_question&#xa;这条研究线到底要回答什么问题&#xa;定义研究对象与研究目标" style="rounded=1;whiteSpace=wrap;html=1;fillColor=#DBEAFE;strokeColor=#2563EB;fontSize=12;align=left;spacingLeft=10;" parent="1" vertex="1">
                    <mxGeometry x="900" y="820" width="460" height="88" as="geometry"/>
                </mxCell>
                <mxCell id="68" value="hypothesis pair&#xa;primary_hypothesis: 主机制解释是什么&#xa;counter_hypothesis: 最强反方解释是什么" style="rounded=1;whiteSpace=wrap;html=1;fillColor=#FEF3C7;strokeColor=#D97706;fontSize=12;align=left;spacingLeft=10;" parent="1" vertex="1">
                    <mxGeometry x="1500" y="960" width="460" height="84" as="geometry"/>
                </mxCell>
                <mxCell id="69" value="route rationale&lt;br&gt;research_route: 该走哪条研究流程（时间序列研究，还是横截面因子研究）&lt;br&gt;excluded_routes: 为什么不是另一条&lt;br&gt;route_rationale: 路线判断依据是什么" style="rounded=1;whiteSpace=wrap;html=1;fillColor=#EDE9FE;strokeColor=#7C3AED;fontSize=12;align=left;spacingLeft=10;" parent="1" vertex="1">
                    <mxGeometry x="900" y="1020" width="460" height="88" as="geometry"/>
                </mxCell>
                <mxCell id="70" value="factor identity&#xa;factor_role（决定它是独立 alpha，还是给别的策略做过滤）&#xa;factor_structure（决定研究一条因子，还是多条因子合成分数）&#xa;portfolio_expression（决定最后用什么组合方式表达这条因子）&#xa;neutralization_policy（决定是否先去掉共同暴露，再看剩余 alpha）" style="rounded=1;whiteSpace=wrap;html=1;fillColor=#EDE9FE;strokeColor=#7C3AED;fontSize=11;align=left;spacingLeft=10;" parent="1" vertex="1">
                    <mxGeometry x="1540" y="1120" width="460" height="148" as="geometry"/>
                </mxCell>
                <mxCell id="71" value="success / failure criteria&#xa;什么证据算成功&#xa;什么情况算失败&#xa;避免结果出来后再改标准" style="rounded=1;whiteSpace=wrap;html=1;fillColor=#FCE7F3;strokeColor=#BE185D;fontSize=12;align=left;spacingLeft=10;" parent="1" vertex="1">
                    <mxGeometry x="900" y="1250" width="460" height="100" as="geometry"/>
                </mxCell>
                <mxCell id="77" value="" style="rounded=1;whiteSpace=wrap;html=1;fillColor=#CBD5E1;strokeColor=#64748B;" parent="1" vertex="1">
                    <mxGeometry x="1450" y="810" width="24" height="560" as="geometry"/>
                </mxCell>
                <mxCell id="21" value="每个阶段都必须有&#xa;freeze + lineage-local program + artifacts + review closure" style="rounded=1;whiteSpace=wrap;html=1;fillColor=#FFF7ED;strokeColor=#EA580C;fontSize=15;fontStyle=1;" parent="1" vertex="1">
                    <mxGeometry x="2120" y="1490" width="470" height="90" as="geometry"/>
                </mxCell>
                <mxCell id="22" value="如果 review verdict 是&#xa;RETRY / NO-GO / CHILD LINEAGE&#xa;则转 failure handling + change control" style="rounded=1;whiteSpace=wrap;html=1;fillColor=#FFF7ED;strokeColor=#EA580C;fontSize=15;fontStyle=1;" parent="1" vertex="1">
                    <mxGeometry x="2730" y="1490" width="420" height="90" as="geometry"/>
                </mxCell>
                <mxCell id="23" style="edgeStyle=orthogonalEdgeStyle;rounded=0;orthogonalLoop=1;jettySize=auto;html=1;strokeWidth=2;endArrow=block;endFill=1;strokeColor=#475569;" parent="1" source="3" target="4" edge="1">
                    <mxGeometry relative="1" as="geometry"/>
                </mxCell>
                <mxCell id="24" style="edgeStyle=orthogonalEdgeStyle;rounded=0;orthogonalLoop=1;jettySize=auto;html=1;strokeWidth=2;endArrow=block;endFill=1;strokeColor=#475569;" parent="1" source="4" target="56" edge="1">
                    <mxGeometry relative="1" as="geometry"/>
                </mxCell>
                <mxCell id="57" style="edgeStyle=orthogonalEdgeStyle;rounded=0;orthogonalLoop=1;jettySize=auto;html=1;strokeWidth=2;endArrow=block;endFill=1;strokeColor=#475569;" parent="1" source="56" target="5" edge="1">
                    <mxGeometry relative="1" as="geometry"/>
                </mxCell>
                <mxCell id="25" value="time_series_signal" style="edgeStyle=orthogonalEdgeStyle;rounded=0;orthogonalLoop=1;jettySize=auto;html=1;strokeWidth=2;endArrow=block;endFill=1;strokeColor=#2563EB;fontSize=12;fontColor=#1D4ED8;" parent="1" source="5" target="6" edge="1">
                    <mxGeometry relative="1" as="geometry"/>
                </mxCell>
                <mxCell id="26" style="edgeStyle=orthogonalEdgeStyle;rounded=0;orthogonalLoop=1;jettySize=auto;html=1;strokeWidth=2;endArrow=block;endFill=1;strokeColor=#2563EB;" parent="1" source="6" target="7" edge="1">
                    <mxGeometry relative="1" as="geometry"/>
                </mxCell>
                <mxCell id="27" style="edgeStyle=orthogonalEdgeStyle;rounded=0;orthogonalLoop=1;jettySize=auto;html=1;strokeWidth=2;endArrow=block;endFill=1;strokeColor=#2563EB;" parent="1" source="7" target="8" edge="1">
                    <mxGeometry relative="1" as="geometry"/>
                </mxCell>
                <mxCell id="28" style="edgeStyle=orthogonalEdgeStyle;rounded=0;orthogonalLoop=1;jettySize=auto;html=1;strokeWidth=2;endArrow=block;endFill=1;strokeColor=#2563EB;" parent="1" source="8" target="9" edge="1">
                    <mxGeometry relative="1" as="geometry"/>
                </mxCell>
                <mxCell id="29" style="edgeStyle=orthogonalEdgeStyle;rounded=0;orthogonalLoop=1;jettySize=auto;html=1;strokeWidth=2;endArrow=block;endFill=1;strokeColor=#2563EB;" parent="1" source="9" target="10" edge="1">
                    <mxGeometry relative="1" as="geometry"/>
                </mxCell>
                <mxCell id="30" style="edgeStyle=orthogonalEdgeStyle;rounded=0;orthogonalLoop=1;jettySize=auto;html=1;strokeWidth=2;endArrow=block;endFill=1;strokeColor=#2563EB;" parent="1" source="10" target="11" edge="1">
                    <mxGeometry relative="1" as="geometry"/>
                </mxCell>
                <mxCell id="31" value="cross_sectional_factor" style="edgeStyle=orthogonalEdgeStyle;rounded=0;orthogonalLoop=1;jettySize=auto;html=1;strokeWidth=2;endArrow=block;endFill=1;strokeColor=#7C3AED;fontSize=12;fontColor=#6D28D9;" parent="1" source="5" target="12" edge="1">
                    <mxGeometry relative="1" as="geometry"/>
                </mxCell>
                <mxCell id="200" style="edgeStyle=orthogonalEdgeStyle;rounded=0;orthogonalLoop=1;jettySize=auto;html=1;dashed=1;strokeWidth=2;endArrow=block;endFill=1;strokeColor=#7C3AED;" parent="1" source="12" target="199" edge="1">
                    <mxGeometry relative="1" as="geometry"/>
                </mxCell>
                <mxCell id="202" style="edgeStyle=orthogonalEdgeStyle;rounded=0;orthogonalLoop=1;jettySize=auto;html=1;dashed=1;strokeWidth=2;endArrow=block;endFill=1;strokeColor=#7C3AED;" parent="1" source="13" target="201" edge="1">
                    <mxGeometry relative="1" as="geometry"/>
                </mxCell>
                <mxCell id="206" style="edgeStyle=orthogonalEdgeStyle;rounded=0;orthogonalLoop=1;jettySize=auto;html=1;dashed=1;strokeWidth=2;endArrow=block;endFill=1;strokeColor=#7C3AED;" parent="1" source="15" target="203" edge="1">
                    <mxGeometry relative="1" as="geometry"/>
                </mxCell>
                <mxCell id="207" style="edgeStyle=orthogonalEdgeStyle;rounded=0;orthogonalLoop=1;jettySize=auto;html=1;dashed=1;strokeWidth=2;endArrow=block;endFill=1;strokeColor=#7C3AED;" parent="1" source="16" target="204" edge="1">
                    <mxGeometry relative="1" as="geometry"/>
                </mxCell>
                <mxCell id="208" style="edgeStyle=orthogonalEdgeStyle;rounded=0;orthogonalLoop=1;jettySize=auto;html=1;dashed=1;strokeWidth=2;endArrow=block;endFill=1;strokeColor=#7C3AED;" parent="1" source="17" target="205" edge="1">
                    <mxGeometry relative="1" as="geometry"/>
                </mxCell>
                <mxCell id="32" style="edgeStyle=orthogonalEdgeStyle;rounded=0;orthogonalLoop=1;jettySize=auto;html=1;strokeWidth=2;endArrow=block;endFill=1;strokeColor=#7C3AED;" parent="1" source="12" target="13" edge="1">
                    <mxGeometry relative="1" as="geometry"/>
                </mxCell>
                <mxCell id="33" style="edgeStyle=orthogonalEdgeStyle;rounded=0;orthogonalLoop=1;jettySize=auto;html=1;strokeWidth=2;endArrow=block;endFill=1;strokeColor=#7C3AED;" parent="1" source="13" target="14" edge="1">
                    <mxGeometry relative="1" as="geometry"/>
                </mxCell>
                <mxCell id="34" style="edgeStyle=orthogonalEdgeStyle;rounded=0;orthogonalLoop=1;jettySize=auto;html=1;strokeWidth=2;endArrow=block;endFill=1;strokeColor=#7C3AED;" parent="1" source="14" target="15" edge="1">
                    <mxGeometry relative="1" as="geometry"/>
                </mxCell>
                <mxCell id="35" style="edgeStyle=orthogonalEdgeStyle;rounded=0;orthogonalLoop=1;jettySize=auto;html=1;strokeWidth=2;endArrow=block;endFill=1;strokeColor=#7C3AED;" parent="1" source="15" target="16" edge="1">
                    <mxGeometry relative="1" as="geometry"/>
                </mxCell>
                <mxCell id="36" style="edgeStyle=orthogonalEdgeStyle;rounded=0;orthogonalLoop=1;jettySize=auto;html=1;strokeWidth=2;endArrow=block;endFill=1;strokeColor=#7C3AED;" parent="1" source="16" target="17" edge="1">
                    <mxGeometry relative="1" as="geometry"/>
                </mxCell>
                <mxCell id="37" style="edgeStyle=orthogonalEdgeStyle;rounded=0;orthogonalLoop=1;jettySize=auto;html=1;strokeWidth=2;endArrow=block;endFill=1;strokeColor=#D97706;" parent="1" source="11" target="18" edge="1">
                    <mxGeometry relative="1" as="geometry"/>
                </mxCell>
                <mxCell id="38" style="edgeStyle=orthogonalEdgeStyle;rounded=0;orthogonalLoop=1;jettySize=auto;html=1;strokeWidth=2;endArrow=block;endFill=1;strokeColor=#D97706;" parent="1" source="17" target="18" edge="1">
                    <mxGeometry relative="1" as="geometry"/>
                </mxCell>
                <mxCell id="39" style="edgeStyle=orthogonalEdgeStyle;rounded=0;orthogonalLoop=1;jettySize=auto;html=1;dashed=1;strokeWidth=2;endArrow=block;endFill=0;strokeColor=#64748B;" parent="1" source="18" target="19" edge="1">
                    <mxGeometry relative="1" as="geometry"/>
                </mxCell>
                <mxCell id="40" style="edgeStyle=orthogonalEdgeStyle;rounded=0;orthogonalLoop=1;jettySize=auto;html=1;dashed=1;strokeWidth=2;endArrow=block;endFill=0;strokeColor=#64748B;" parent="1" source="19" target="20" edge="1">
                    <mxGeometry relative="1" as="geometry"/>
                </mxCell>
                <mxCell id="212" style="edgeStyle=orthogonalEdgeStyle;rounded=0;orthogonalLoop=1;jettySize=auto;html=1;dashed=1;strokeWidth=2;endArrow=block;endFill=0;strokeColor=#64748B;" parent="1" source="18" target="209" edge="1">
                    <mxGeometry relative="1" as="geometry"/>
                </mxCell>
                <mxCell id="213" style="edgeStyle=orthogonalEdgeStyle;rounded=0;orthogonalLoop=1;jettySize=auto;html=1;dashed=1;strokeWidth=2;endArrow=block;endFill=0;strokeColor=#64748B;" parent="1" source="19" target="210" edge="1">
                    <mxGeometry relative="1" as="geometry"/>
                </mxCell>
                <mxCell id="214" style="edgeStyle=orthogonalEdgeStyle;rounded=0;orthogonalLoop=1;jettySize=auto;html=1;dashed=1;strokeWidth=2;endArrow=block;endFill=0;strokeColor=#64748B;" parent="1" source="20" target="211" edge="1">
                    <mxGeometry relative="1" as="geometry"/>
                </mxCell>
                <mxCell id="41" style="dashed=1;html=1;strokeWidth=1.5;endArrow=none;strokeColor=#EA580C;" parent="1" source="21" target="8" edge="1">
                    <mxGeometry relative="1" as="geometry">
                        <Array as="points">
                            <mxPoint x="2520" y="780"/>
                        </Array>
                    </mxGeometry>
                </mxCell>
                <mxCell id="42" style="dashed=1;html=1;strokeWidth=1.5;endArrow=none;strokeColor=#EA580C;" parent="1" source="21" target="14" edge="1">
                    <mxGeometry relative="1" as="geometry"/>
                </mxCell>
                <mxCell id="43" style="dashed=1;html=1;strokeWidth=1.5;endArrow=none;strokeColor=#EA580C;" parent="1" source="22" target="18" edge="1">
                    <mxGeometry relative="1" as="geometry"/>
                </mxCell>
                <mxCell id="53" style="dashed=1;html=1;strokeWidth=1.5;endArrow=block;endFill=0;strokeColor=#94A3B8;" parent="1" source="51" target="3" edge="1">
                    <mxGeometry relative="1" as="geometry"/>
                </mxCell>
                <mxCell id="54" style="dashed=1;html=1;strokeWidth=1.5;endArrow=none;strokeColor=#7C3AED;" parent="1" source="52" target="5" edge="1">
                    <mxGeometry relative="1" as="geometry"/>
                </mxCell>
                <mxCell id="58" style="dashed=1;html=1;strokeWidth=1.5;endArrow=none;strokeColor=#94A3B8;" parent="1" source="55" target="4" edge="1">
                    <mxGeometry relative="1" as="geometry"/>
                </mxCell>
                <mxCell id="63" style="dashed=1;html=1;strokeWidth=1.5;endArrow=none;strokeColor=#94A3B8;" parent="1" source="55" target="59" edge="1">
                    <mxGeometry relative="1" as="geometry"/>
                </mxCell>
                <mxCell id="64" style="dashed=1;html=1;strokeWidth=1.5;endArrow=none;strokeColor=#94A3B8;" parent="1" source="55" target="60" edge="1">
                    <mxGeometry relative="1" as="geometry"/>
                </mxCell>
                <mxCell id="65" style="dashed=1;html=1;strokeWidth=1.5;endArrow=none;strokeColor=#94A3B8;" parent="1" source="55" target="61" edge="1">
                    <mxGeometry relative="1" as="geometry"/>
                </mxCell>
                <mxCell id="66" style="dashed=1;html=1;strokeWidth=1.5;endArrow=none;strokeColor=#94A3B8;" parent="1" source="55" target="62" edge="1">
                    <mxGeometry relative="1" as="geometry"/>
                </mxCell>
                <mxCell id="72" style="dashed=1;html=1;strokeWidth=1.5;endArrow=none;strokeColor=#94A3B8;" parent="1" source="59" target="77" edge="1">
                    <mxGeometry relative="1" as="geometry"/>
                </mxCell>
                <mxCell id="73" style="edgeStyle=orthogonalEdgeStyle;rounded=0;orthogonalLoop=1;jettySize=auto;html=1;strokeWidth=1.8;endArrow=none;strokeColor=#475569;" parent="1" source="67" target="77" edge="1">
                    <mxGeometry relative="1" as="geometry"/>
                </mxCell>
                <mxCell id="74" style="edgeStyle=orthogonalEdgeStyle;rounded=0;orthogonalLoop=1;jettySize=auto;html=1;strokeWidth=1.8;endArrow=none;strokeColor=#475569;" parent="1" source="68" target="77" edge="1">
                    <mxGeometry relative="1" as="geometry"/>
                </mxCell>
                <mxCell id="75" style="edgeStyle=orthogonalEdgeStyle;rounded=0;orthogonalLoop=1;jettySize=auto;html=1;strokeWidth=1.8;endArrow=none;strokeColor=#475569;" parent="1" source="69" target="77" edge="1">
                    <mxGeometry relative="1" as="geometry"/>
                </mxCell>
                <mxCell id="76" style="edgeStyle=orthogonalEdgeStyle;rounded=0;orthogonalLoop=1;jettySize=auto;html=1;strokeWidth=1.8;endArrow=none;strokeColor=#475569;" parent="1" source="70" target="77" edge="1">
                    <mxGeometry relative="1" as="geometry"/>
                </mxCell>
                <mxCell id="78" style="edgeStyle=orthogonalEdgeStyle;rounded=0;orthogonalLoop=1;jettySize=auto;html=1;strokeWidth=1.8;endArrow=none;strokeColor=#475569;" parent="1" source="71" target="77" edge="1">
                    <mxGeometry relative="1" as="geometry"/>
                </mxCell>
            </root>
        </mxGraphModel>
    </diagram>
</mxfile>
